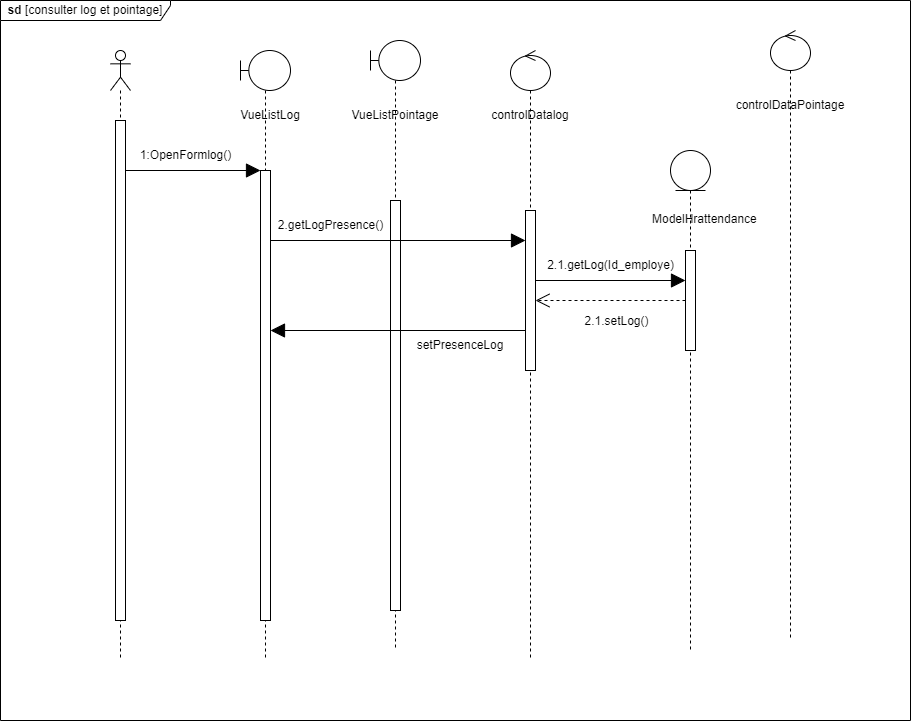
The draw.io diagram static/Diagramme des séquences conceptuel  log et pointage .drawio.png in Siluearsene/borne_biometrique, before a commit. Source tidied: cells renumbered, new cells last; positions are measured from the earlier drawing's top-left corner, leaving out a move shared by most shapes.
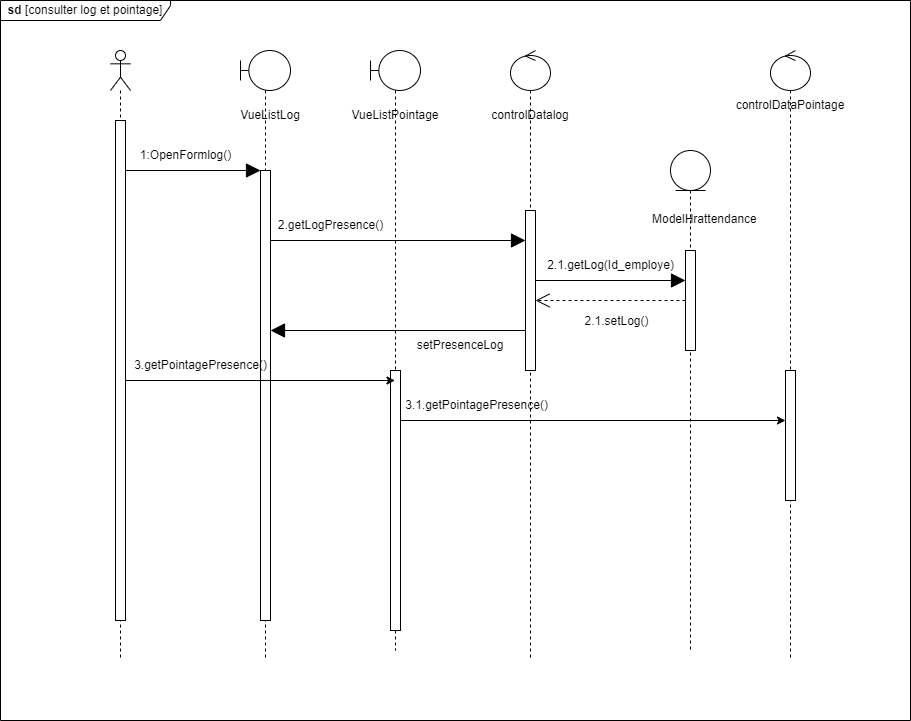
Later version of the same file.

Commit message:
Mettre à jour Diagramme des séquences conceptuel  log et pointage .drawio.png

The edit, as a diff of the source:
```diff
@@ -21,7 +21,7 @@
       <mxGeometry x="510" y="50" width="40" height="610" as="geometry" />
     </mxCell>
     <mxCell id="8" style="shape=umlLifeline;perimeter=lifelinePerimeter;whiteSpace=wrap;html=1;newEdgeStyle={&quot;edgeStyle&quot;:&quot;elbowEdgeStyle&quot;,&quot;elbow&quot;:&quot;vertical&quot;,&quot;curved&quot;:0,&quot;rounded&quot;:0};participant=umlControl;" parent="1" vertex="1">
-      <mxGeometry x="770" y="30" width="40" height="610" as="geometry" />
+      <mxGeometry x="770" y="50" width="40" height="610" as="geometry" />
     </mxCell>
     <mxCell id="9" style="endArrow=block;endFill=1;endSize=12;html=1;rounded=0;" parent="1" edge="1" source="6">
       <mxGeometry relative="1" as="geometry">
@@ -38,10 +38,10 @@
       <mxGeometry x="240" y="100" width="60" height="30" as="geometry" />
     </mxCell>
     <mxCell id="13" style="shape=umlLifeline;perimeter=lifelinePerimeter;whiteSpace=wrap;html=1;newEdgeStyle={&quot;edgeStyle&quot;:&quot;elbowEdgeStyle&quot;,&quot;elbow&quot;:&quot;vertical&quot;,&quot;curved&quot;:0,&quot;rounded&quot;:0};participant=umlBoundary;size=40;" parent="1" vertex="1">
-      <mxGeometry x="370" y="40" width="50" height="610" as="geometry" />
+      <mxGeometry x="370" y="50" width="50" height="600" as="geometry" />
     </mxCell>
     <mxCell id="14" style="html=1;perimeter=orthogonalPerimeter;targetShapes=umlLifeline;newEdgeStyle={&quot;edgeStyle&quot;:&quot;elbowEdgeStyle&quot;,&quot;elbow&quot;:&quot;vertical&quot;,&quot;curved&quot;:0,&quot;rounded&quot;:0};" parent="13" vertex="1">
-      <mxGeometry x="20" y="160" width="10" height="410" as="geometry" />
+      <mxGeometry x="20" y="320" width="10" height="260" as="geometry" />
     </mxCell>
     <mxCell id="15" value="VueListPointage" style="text;html=1;strokeColor=none;fillColor=none;align=center;verticalAlign=middle;whiteSpace=wrap;rounded=0;" parent="1" vertex="1">
       <mxGeometry x="365" y="100" width="60" height="30" as="geometry" />
@@ -95,5 +95,25 @@
     <mxCell id="28" value="&lt;div style=&quot;text-align: center;&quot;&gt;&lt;span style=&quot;background-color: initial;&quot;&gt;ModelHrattendance&lt;/span&gt;&lt;/div&gt;" style="text;whiteSpace=wrap;html=1;" parent="1" vertex="1">
       <mxGeometry x="650" y="205" width="100" height="25" as="geometry" />
     </mxCell>
+    <mxCell id="29" style="endArrow=classic;html=1;rounded=0;" parent="1" edge="1">
+      <mxGeometry relative="1" as="geometry">
+        <mxPoint x="125" y="380" as="sourcePoint" />
+        <mxPoint x="394.5" y="380" as="targetPoint" />
+      </mxGeometry>
+    </mxCell>
+    <mxCell id="30" value="3.getPointagePresence()" style="text;html=1;align=center;verticalAlign=middle;strokeColor=none;fillColor=none;" parent="1" vertex="1">
+      <mxGeometry x="120" y="350" width="160" height="30" as="geometry" />
+    </mxCell>
+    <mxCell id="31" style="html=1;points=[];perimeter=orthogonalPerimeter;outlineConnect=0;targetShapes=umlLifeline;portConstraint=eastwest;newEdgeStyle={&quot;edgeStyle&quot;:&quot;elbowEdgeStyle&quot;,&quot;elbow&quot;:&quot;vertical&quot;,&quot;curved&quot;:0,&quot;rounded&quot;:0};" parent="1" vertex="1">
+      <mxGeometry x="785" y="370" width="10" height="130" as="geometry" />
+    </mxCell>
+    <mxCell id="32" style="endArrow=classic;html=1;rounded=0;" parent="1" edge="1" target="31">
+      <mxGeometry relative="1" as="geometry">
+        <mxPoint x="400.5" y="420" as="sourcePoint" />
+      </mxGeometry>
+    </mxCell>
+    <mxCell id="33" value="3.1.getPointagePresence()" style="text;html=1;align=center;verticalAlign=middle;strokeColor=none;fillColor=none;" parent="1" vertex="1">
+      <mxGeometry x="390.5" y="390" width="170" height="30" as="geometry" />
+    </mxCell>
   </root>
 </mxGraphModel>
```
